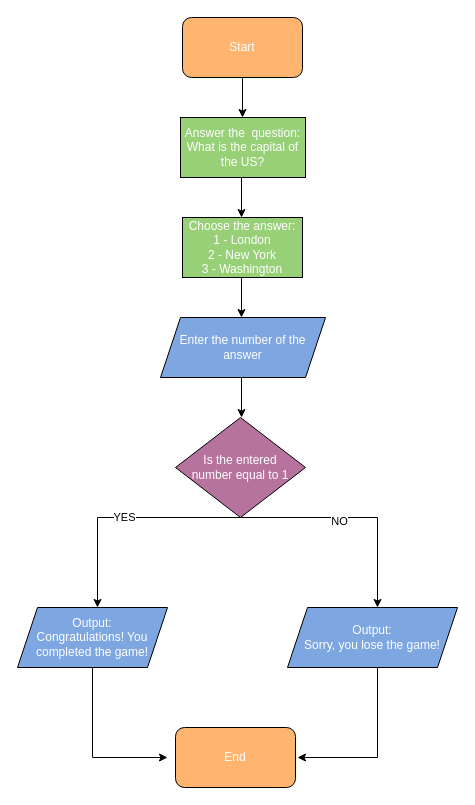
Earlier version of the draw.io diagram src/Text-based adventure.drawio (amir-deveeloper/letovo_hometask_19_01). Source tidied: cells renumbered, new cells numbered last; positions are measured from the earlier drawing's top-left corner, leaving out a move shared by most shapes. Both pictures are drawn from the tidied source at 100%, with x=0, y=0 at pixel (17, 17).
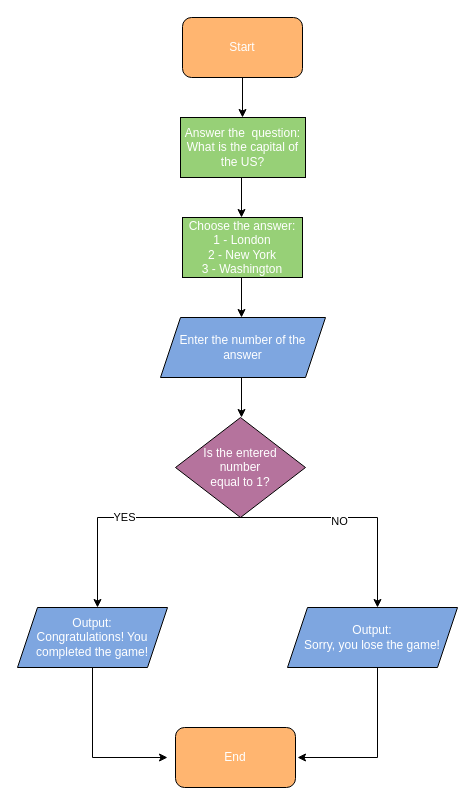
After the change.

The edit, as a diff of the source:
```diff
@@
-    <mxCell id="10" value="Is the entered &lt;br&gt;number equal to 1" style="rhombus;whiteSpace=wrap;html=1;fontColor=#FFFFFF;fillColor=#B5739D;" parent="1" vertex="1">
+    <mxCell id="10" value="Is the entered &lt;br&gt;number &lt;br&gt;equal to 1?" style="rhombus;whiteSpace=wrap;html=1;fontColor=#FFFFFF;fillColor=#B5739D;" parent="1" vertex="1">
       <mxGeometry x="158" y="400" width="130" height="100" as="geometry" />
     </mxCell>
```
